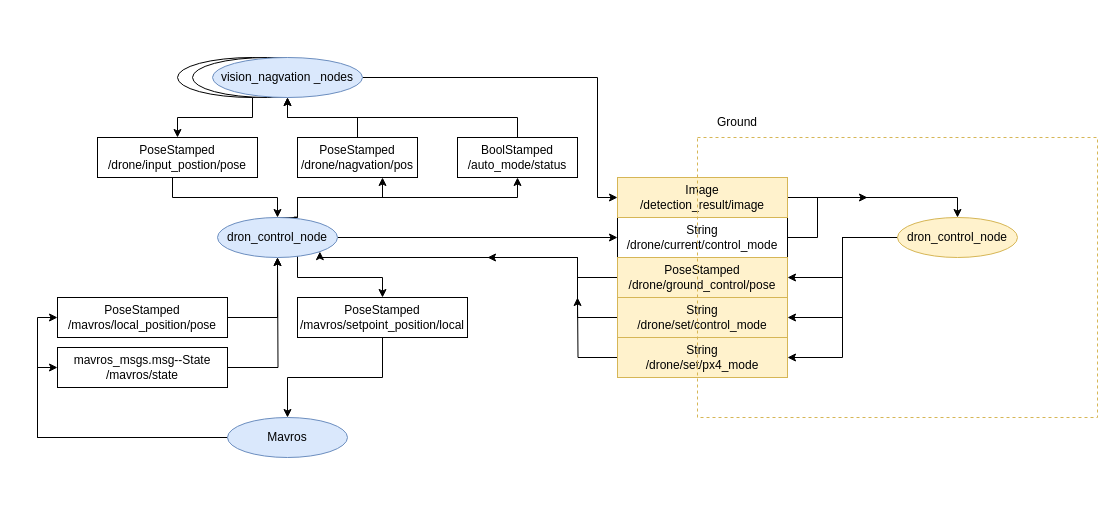
Drone-FYP2021-PolyU-EIE/Drone-ROS-Network keeps this draw.io diagram as Ros.drawio. Above is the earlier version. Source tidied: cells renumbered, new cells numbered last; positions are measured from the earlier drawing's top-left corner, leaving out a move shared by most shapes. Both pictures are drawn from the tidied source at 100%, with x=0, y=0 at pixel (57, 57).
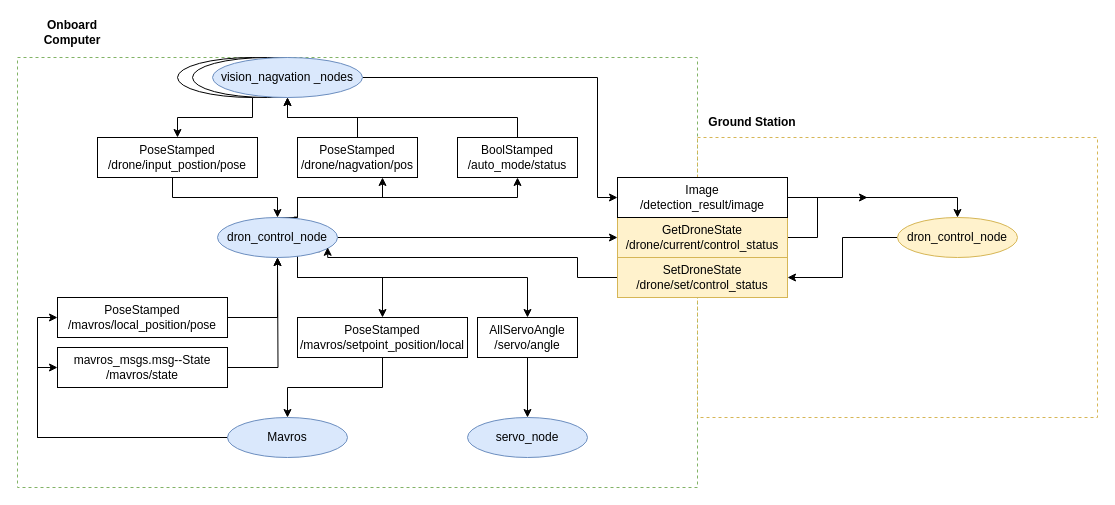
The same page after the edit.

The change refers to these unchanged cells:
```xml
<mxCell id="6" value="&lt;div&gt;dron_control_node&lt;/div&gt;" style="ellipse;whiteSpace=wrap;html=1;fillColor=#dae8fc;strokeColor=#6c8ebf;" parent="1" vertex="1">
  <mxGeometry x="160" y="160" width="120" height="40" as="geometry" />
</mxCell>
<mxCell id="13" value="&lt;div&gt;dron_control_node&lt;/div&gt;" style="ellipse;whiteSpace=wrap;html=1;fillColor=#fff2cc;strokeColor=#d6b656;" parent="1" vertex="1">
  <mxGeometry x="840" y="160" width="120" height="40" as="geometry" />
</mxCell>
```

Change to the diagram source:
```diff
@@
+    <mxCell id="43" style="rounded=0;whiteSpace=wrap;html=1;fillColor=none;strokeColor=#82b366;dashed=1;" parent="1" vertex="1">
+      <mxGeometry x="-40" width="680" height="430" as="geometry" />
+    </mxCell>
+    <mxCell id="41" style="rounded=0;whiteSpace=wrap;html=1;fillColor=none;strokeColor=#d6b656;dashed=1;" parent="1" vertex="1">
+      <mxGeometry x="640" y="80" width="400" height="280" as="geometry" />
+    </mxCell>
@@
+    <mxCell id="44" style="edgeStyle=orthogonalEdgeStyle;rounded=0;jettySize=auto;html=1;exitX=1;exitY=1;exitDx=0;exitDy=0;" parent="1" edge="1" source="6" target="48">
+      <mxGeometry relative="1" as="geometry">
+        <Array as="points">
+          <mxPoint x="240" y="194" />
+          <mxPoint x="240" y="220" />
+          <mxPoint x="470" y="220" />
+        </Array>
+      </mxGeometry>
+    </mxCell>
@@
-    <mxCell id="10" style="edgeStyle=orthogonalEdgeStyle;rounded=0;jettySize=auto;html=1;exitX=0;exitY=0.5;exitDx=0;exitDy=0;entryX=1;entryY=0.5;entryDx=0;entryDy=0;" parent="1" edge="1" source="13" target="38">
-      <mxGeometry relative="1" as="geometry" />
-    </mxCell>
-    <mxCell id="11" style="edgeStyle=orthogonalEdgeStyle;rounded=0;jettySize=auto;html=1;exitX=0;exitY=0.5;exitDx=0;exitDy=0;entryX=1;entryY=0.5;entryDx=0;entryDy=0;" parent="1" edge="1" source="13" target="36">
-      <mxGeometry relative="1" as="geometry" />
-    </mxCell>
@@
     <mxCell id="19" value="PoseStamped&lt;br&gt;/mavros/setpoint_position/local" style="rounded=0;whiteSpace=wrap;html=1;" parent="1" vertex="1">
-      <mxGeometry x="240" y="240" width="170" height="40" as="geometry" />
+      <mxGeometry x="240" y="260" width="170" height="40" as="geometry" />
     </mxCell>
@@
-    <mxCell id="32" value="String&lt;br&gt;/drone/current/control_mode" style="rounded=0;whiteSpace=wrap;html=1;" parent="1" vertex="1">
+    <mxCell id="32" value="GetDroneState&lt;br&gt;/drone/current/control_status" style="rounded=0;whiteSpace=wrap;html=1;fillColor=#fff2cc;strokeColor=#d6b656;" parent="1" vertex="1">
       <mxGeometry x="560" y="160" width="170" height="40" as="geometry" />
     </mxCell>
-    <mxCell id="33" style="edgeStyle=orthogonalEdgeStyle;rounded=0;jettySize=auto;html=1;exitX=0;exitY=0.5;exitDx=0;exitDy=0;" parent="1" edge="1" source="34">
+    <mxCell id="33" style="edgeStyle=orthogonalEdgeStyle;rounded=0;jettySize=auto;html=1;exitX=0;exitY=0.5;exitDx=0;exitDy=0;entryX=0.918;entryY=0.745;entryDx=0;entryDy=0;entryPerimeter=0;" parent="1" edge="1" source="34" target="6">
       <mxGeometry relative="1" as="geometry">
-        <mxPoint x="430" y="200" as="targetPoint" />
         <Array as="points">
           <mxPoint x="520" y="220" />
           <mxPoint x="520" y="200" />
-          <mxPoint x="450" y="200" />
+          <mxPoint x="270" y="200" />
         </Array>
       </mxGeometry>
     </mxCell>
-    <mxCell id="34" value="PoseStamped&lt;br&gt;/drone/ground_control/pose" style="rounded=0;whiteSpace=wrap;html=1;fillColor=#fff2cc;strokeColor=#d6b656;" parent="1" vertex="1">
+    <mxCell id="34" value="SetDroneState&lt;br&gt;/drone/set/control_status" style="rounded=0;whiteSpace=wrap;html=1;fillColor=#fff2cc;strokeColor=#d6b656;" parent="1" vertex="1">
       <mxGeometry x="560" y="200" width="170" height="40" as="geometry" />
     </mxCell>
-    <mxCell id="35" style="edgeStyle=orthogonalEdgeStyle;rounded=0;jettySize=auto;html=1;exitX=0;exitY=0.5;exitDx=0;exitDy=0;entryX=1;entryY=1;entryDx=0;entryDy=0;" parent="1" edge="1" source="36" target="6">
-      <mxGeometry relative="1" as="geometry">
-        <Array as="points">
-          <mxPoint x="520" y="260" />
-          <mxPoint x="520" y="200" />
-          <mxPoint x="262" y="200" />
-        </Array>
-      </mxGeometry>
-    </mxCell>
-    <mxCell id="36" value="String&lt;br&gt;/drone/set/control_mode" style="rounded=0;whiteSpace=wrap;html=1;fillColor=#fff2cc;strokeColor=#d6b656;" parent="1" vertex="1">
-      <mxGeometry x="560" y="240" width="170" height="40" as="geometry" />
-    </mxCell>
-    <mxCell id="37" style="edgeStyle=orthogonalEdgeStyle;rounded=0;jettySize=auto;html=1;exitX=0;exitY=0.5;exitDx=0;exitDy=0;" parent="1" edge="1" source="38">
-      <mxGeometry relative="1" as="geometry">
-        <mxPoint x="520" y="240" as="targetPoint" />
-      </mxGeometry>
-    </mxCell>
-    <mxCell id="38" value="String&lt;br&gt;/drone/set/px4_mode" style="rounded=0;whiteSpace=wrap;html=1;fillColor=#fff2cc;strokeColor=#d6b656;" parent="1" vertex="1">
-      <mxGeometry x="560" y="280" width="170" height="40" as="geometry" />
-    </mxCell>
@@
-    <mxCell id="40" value="Image&lt;br&gt;/detection_result/image" style="rounded=0;whiteSpace=wrap;html=1;fillColor=#fff2cc;strokeColor=#d6b656;" parent="1" vertex="1">
+    <mxCell id="40" value="Image&lt;br&gt;/detection_result/image" style="rounded=0;whiteSpace=wrap;html=1;" parent="1" vertex="1">
       <mxGeometry x="560" y="120" width="170" height="40" as="geometry" />
     </mxCell>
-    <mxCell id="41" style="rounded=0;whiteSpace=wrap;html=1;fillColor=none;strokeColor=#d6b656;dashed=1;" parent="1" vertex="1">
-      <mxGeometry x="640" y="80" width="400" height="280" as="geometry" />
-    </mxCell>
-    <mxCell id="42" value="Ground" style="text;html=1;strokeColor=none;fillColor=none;align=center;verticalAlign=middle;whiteSpace=wrap;rounded=0;dashed=1;" parent="1" vertex="1">
-      <mxGeometry x="650" y="50" width="60" height="30" as="geometry" />
+    <mxCell id="42" value="Ground Station" style="text;html=1;strokeColor=none;fillColor=none;align=center;verticalAlign=middle;whiteSpace=wrap;rounded=0;dashed=1;fontStyle=1;" parent="1" vertex="1">
+      <mxGeometry x="640" y="50" width="110" height="30" as="geometry" />
     </mxCell>
+    <mxCell id="45" value="Onboard Computer" style="text;html=1;strokeColor=none;fillColor=none;align=center;verticalAlign=middle;whiteSpace=wrap;rounded=0;dashed=1;fontStyle=1;" parent="1" vertex="1">
+      <mxGeometry x="-40" y="-40" width="110" height="30" as="geometry" />
+    </mxCell>
+    <mxCell id="46" value="&lt;div&gt;servo_node&lt;/div&gt;" style="ellipse;whiteSpace=wrap;html=1;fillColor=#dae8fc;strokeColor=#6c8ebf;" parent="1" vertex="1">
+      <mxGeometry x="410" y="360" width="120" height="40" as="geometry" />
+    </mxCell>
+    <mxCell id="47" style="edgeStyle=orthogonalEdgeStyle;rounded=0;jettySize=auto;html=1;exitX=0.5;exitY=1;exitDx=0;exitDy=0;entryX=0.5;entryY=0;entryDx=0;entryDy=0;" parent="1" edge="1" source="48" target="46">
+      <mxGeometry relative="1" as="geometry" />
+    </mxCell>
+    <mxCell id="48" value="AllServoAngle&lt;br&gt;/servo/angle" style="rounded=0;whiteSpace=wrap;html=1;" parent="1" vertex="1">
+      <mxGeometry x="420" y="260" width="100" height="40" as="geometry" />
+    </mxCell>
```
